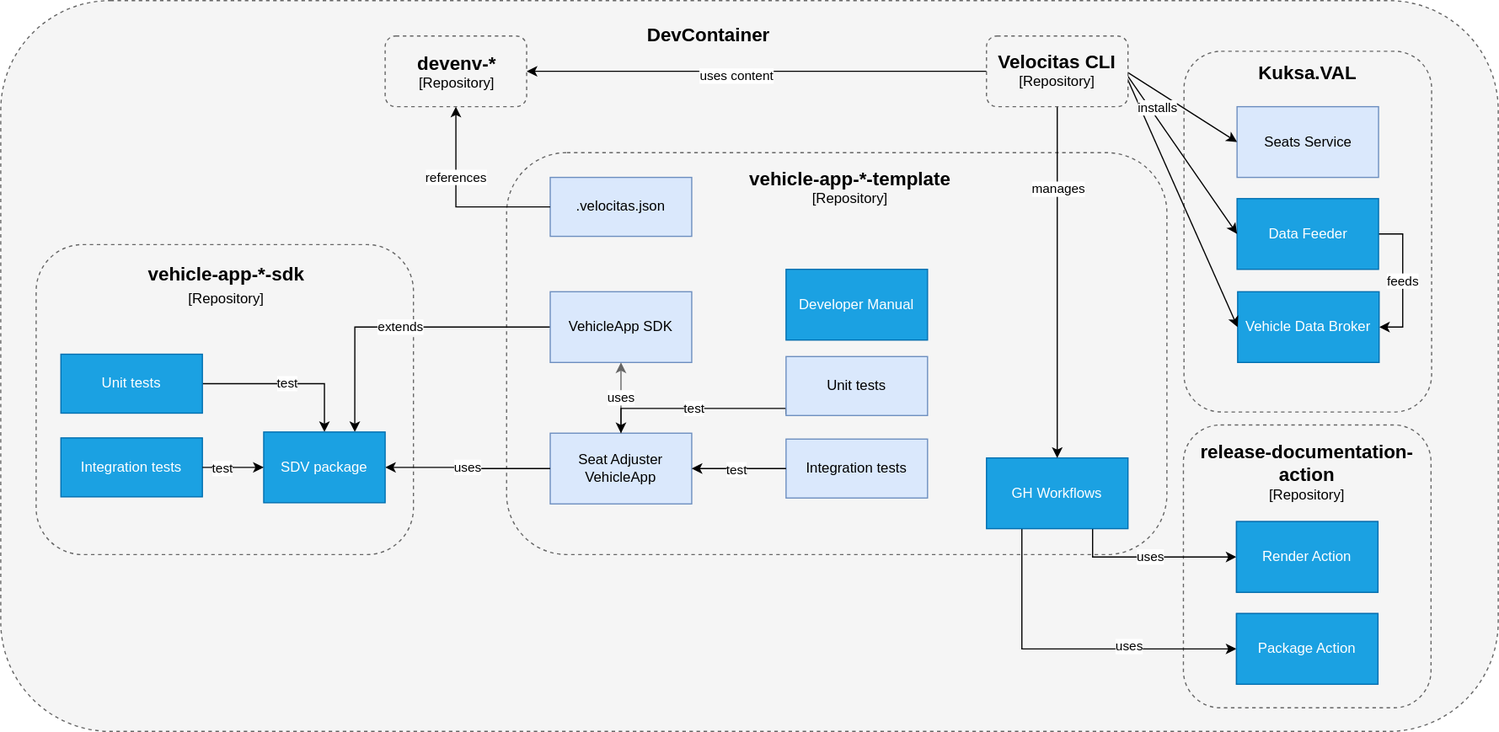
Before: content/en/docs/about/repository-overview/project-overview.drawio.svg, a diagram exported from draw.io (eclipse-velocitas/velocitas-docs). Source tidied: cells renumbered, new cells last; positions are measured from the earlier drawing's top-left corner, leaving out a move shared by most shapes.
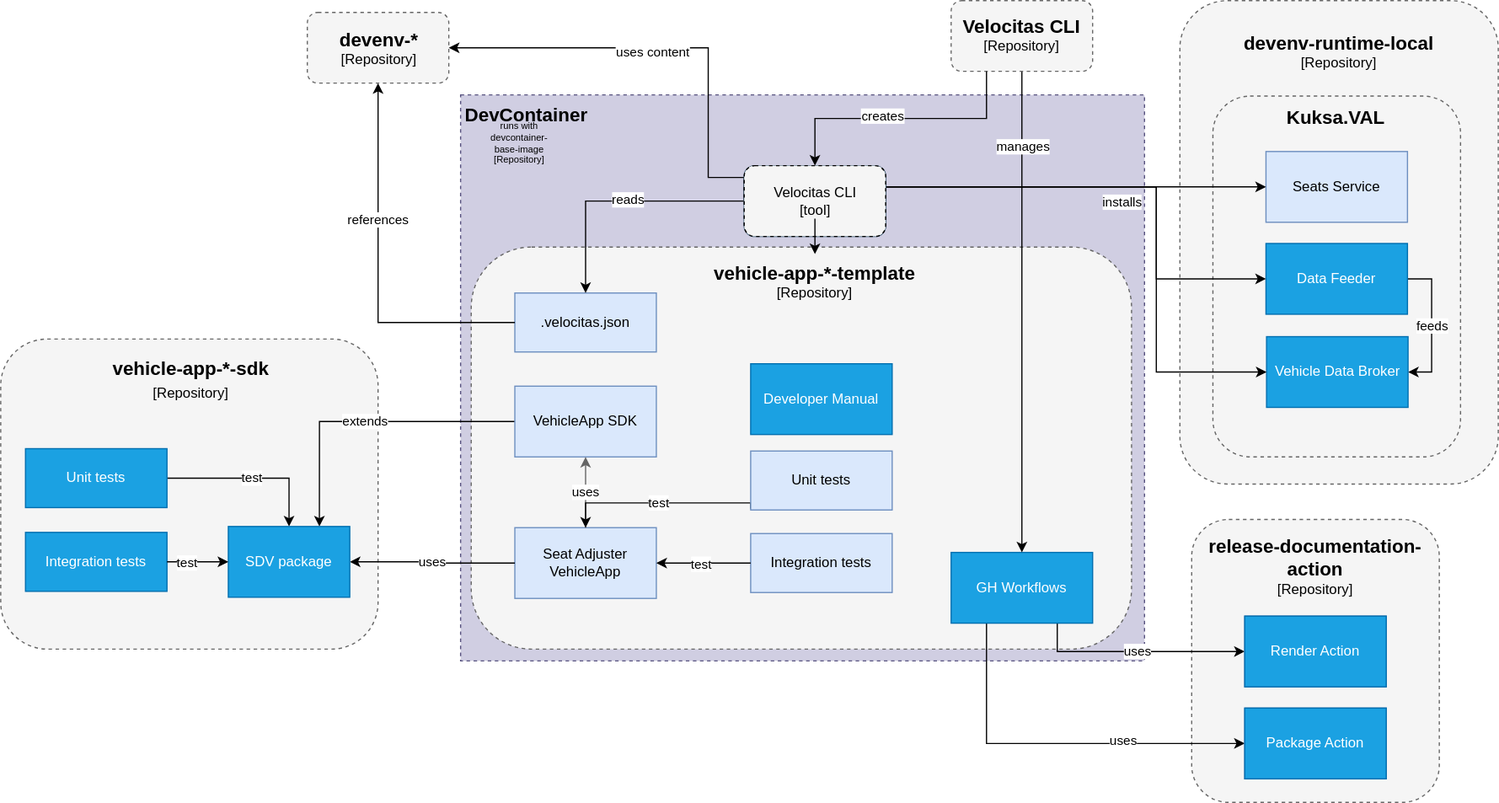
The same diagram one commit later.

Commit message:
Update overview diagram

Change to the diagram source:
```diff
@@ -2,14 +2,23 @@
   <root>
     <mxCell id="0" />
     <mxCell id="1" parent="0" />
+    <mxCell id="57" style="group;" parent="1" vertex="1">
+      <mxGeometry x="1030" y="-80" width="270" height="410" as="geometry" />
+    </mxCell>
+    <mxCell id="58" style="rounded=1;whiteSpace=wrap;html=1;labelPosition=center;verticalLabelPosition=bottom;align=center;verticalAlign=top;dashed=1;perimeterSpacing=0;strokeWidth=1;fillColor=#f5f5f5;fontColor=#333333;strokeColor=#666666;" parent="57" vertex="1">
+      <mxGeometry width="270" height="410" as="geometry" />
+    </mxCell>
+    <mxCell id="59" value="&lt;div&gt;&lt;font style=&quot;font-size: 13px;&quot;&gt;&lt;font style=&quot;font-size: 14px;&quot;&gt;&lt;font style=&quot;font-size: 15px;&quot;&gt;&lt;font style=&quot;font-size: 16px;&quot;&gt;&lt;b&gt;devenv-runtime-local&lt;/b&gt;&lt;/font&gt;&lt;/font&gt;&lt;/font&gt;&lt;/font&gt;&lt;/div&gt;&lt;div&gt;[Repository]&lt;br&gt;&lt;/div&gt;" style="text;whiteSpace=wrap;html=1;align=center;" parent="57" vertex="1">
+      <mxGeometry x="9" y="20" width="252" height="205" as="geometry" />
+    </mxCell>
-    <mxCell id="2" style="rounded=1;whiteSpace=wrap;html=1;labelPosition=center;verticalLabelPosition=bottom;align=center;verticalAlign=top;dashed=1;perimeterSpacing=0;strokeWidth=1;fillColor=#f5f5f5;fontColor=#333333;strokeColor=#666666;" parent="1" vertex="1">
-      <mxGeometry width="1270" height="620" as="geometry" />
+    <mxCell id="2" style="rounded=0;whiteSpace=wrap;html=1;labelPosition=center;verticalLabelPosition=bottom;align=center;verticalAlign=top;dashed=1;perimeterSpacing=0;strokeWidth=1;fillColor=#d0cee2;strokeColor=#56517e;" parent="1" vertex="1">
+      <mxGeometry x="420" width="580" height="480" as="geometry" />
     </mxCell>
     <mxCell id="3" style="rounded=1;whiteSpace=wrap;html=1;labelPosition=center;verticalLabelPosition=bottom;align=center;verticalAlign=top;dashed=1;perimeterSpacing=0;strokeWidth=1;fillColor=#f5f5f5;fontColor=#333333;strokeColor=#666666;" parent="1" vertex="1">
-      <mxGeometry x="1003.5" y="43" width="210" height="306" as="geometry" />
+      <mxGeometry x="1058" y="1" width="210" height="306" as="geometry" />
     </mxCell>
     <mxCell id="4" style="rounded=1;whiteSpace=wrap;html=1;labelPosition=center;verticalLabelPosition=bottom;align=center;verticalAlign=top;dashed=1;perimeterSpacing=0;strokeWidth=1;fillColor=#f5f5f5;fontColor=#333333;strokeColor=#666666;" parent="1" vertex="1">
-      <mxGeometry x="1003" y="360" width="210" height="240" as="geometry" />
+      <mxGeometry x="1040" y="360" width="210" height="240" as="geometry" />
     </mxCell>
     <mxCell id="5" style="rounded=1;whiteSpace=wrap;html=1;labelPosition=center;verticalLabelPosition=bottom;align=center;verticalAlign=top;dashed=1;perimeterSpacing=0;strokeWidth=1;fillColor=#f5f5f5;fontColor=#333333;strokeColor=#666666;" parent="1" vertex="1">
       <mxGeometry x="30" y="207" width="320" height="263" as="geometry" />
@@ -40,7 +49,7 @@
       <mxGeometry relative="1" as="geometry" />
     </mxCell>
     <mxCell id="13" value="Seats Service" style="rounded=0;whiteSpace=wrap;html=1;fillColor=#dae8fc;strokeColor=#6c8ebf;shadow=0;" parent="1" vertex="1">
-      <mxGeometry x="1048.5" y="90" width="120" height="60" as="geometry" />
+      <mxGeometry x="1103" y="48" width="120" height="60" as="geometry" />
     </mxCell>
     <mxCell id="14" value="test" style="edgeStyle=orthogonalEdgeStyle;rounded=0;jettySize=auto;html=1;entryX=0.5;entryY=0;entryDx=0;entryDy=0;" parent="1" edge="1" target="9">
       <mxGeometry relative="1" as="geometry">
@@ -71,16 +80,16 @@
       <mxGeometry x="836" y="388" width="120" height="60" as="geometry" />
     </mxCell>
     <mxCell id="19" value="Render Action" style="rounded=0;whiteSpace=wrap;html=1;fillColor=#dae8fc;strokeColor=#6c8ebf;shadow=0;" parent="1" vertex="1">
-      <mxGeometry x="1048" y="442" width="120" height="60" as="geometry" />
+      <mxGeometry x="1085" y="442" width="120" height="60" as="geometry" />
     </mxCell>
     <mxCell id="20" value="Package Action" style="rounded=0;whiteSpace=wrap;html=1;fillColor=#dae8fc;strokeColor=#6c8ebf;shadow=0;" parent="1" vertex="1">
-      <mxGeometry x="1048" y="520" width="120" height="60" as="geometry" />
+      <mxGeometry x="1085" y="520" width="120" height="60" as="geometry" />
     </mxCell>
     <mxCell id="21" value="&lt;font style=&quot;font-size: 16px&quot;&gt;&lt;b&gt;release-documentation-action&lt;/b&gt;&lt;br&gt;&lt;/font&gt;[Repository]" style="text;html=1;strokeColor=none;fillColor=none;align=center;verticalAlign=middle;whiteSpace=wrap;rounded=0;shadow=0;dashed=1;" parent="1" vertex="1">
-      <mxGeometry x="1003" y="385" width="210" height="29" as="geometry" />
+      <mxGeometry x="1040" y="385" width="210" height="29" as="geometry" />
     </mxCell>
     <mxCell id="22" value="&lt;font face=&quot;helvetica&quot;&gt;&lt;span style=&quot;font-size: 16px&quot;&gt;&lt;b&gt;Kuksa.VAL&lt;/b&gt;&lt;/span&gt;&lt;/font&gt;" style="text;whiteSpace=wrap;html=1;align=center;" parent="1" vertex="1">
-      <mxGeometry x="995.5" y="45" width="225" height="30" as="geometry" />
+      <mxGeometry x="1050" y="3" width="225" height="30" as="geometry" />
     </mxCell>
     <mxCell id="23" style="edgeStyle=orthogonalEdgeStyle;rounded=0;orthogonalLoop=1;jettySize=auto;html=1;exitX=0.5;exitY=1;exitDx=0;exitDy=0;" parent="1" edge="1" source="22" target="22">
       <mxGeometry relative="1" as="geometry" />
@@ -107,25 +116,25 @@
       <mxGeometry x="666" y="372" width="120" height="50" as="geometry" />
     </mxCell>
     <mxCell id="31" value="Vehicle Data Broker" style="rounded=0;whiteSpace=wrap;html=1;fillColor=#1ba1e2;strokeColor=#006EAF;shadow=0;fontColor=#ffffff;" parent="1" vertex="1">
-      <mxGeometry x="1049" y="247" width="120" height="60" as="geometry" />
+      <mxGeometry x="1103.5" y="205" width="120" height="60" as="geometry" />
     </mxCell>
     <mxCell id="32" value="Render Action" style="rounded=0;whiteSpace=wrap;html=1;fillColor=#1ba1e2;strokeColor=#006EAF;shadow=0;fontColor=#ffffff;" parent="1" vertex="1">
-      <mxGeometry x="1048" y="442" width="120" height="60" as="geometry" />
+      <mxGeometry x="1085" y="442" width="120" height="60" as="geometry" />
     </mxCell>
     <mxCell id="33" value="Package Action" style="rounded=0;whiteSpace=wrap;html=1;fillColor=#1ba1e2;strokeColor=#006EAF;shadow=0;fontColor=#ffffff;" parent="1" vertex="1">
-      <mxGeometry x="1048" y="520" width="120" height="60" as="geometry" />
+      <mxGeometry x="1085" y="520" width="120" height="60" as="geometry" />
     </mxCell>
     <mxCell id="34" value="Developer Manual" style="rounded=0;whiteSpace=wrap;html=1;fillColor=#1ba1e2;strokeColor=#006EAF;shadow=0;fontColor=#ffffff;" parent="1" vertex="1">
       <mxGeometry x="666" y="228" width="120" height="60" as="geometry" />
     </mxCell>
     <mxCell id="35" value="Data Feeder" style="rounded=0;whiteSpace=wrap;html=1;fillColor=#1ba1e2;strokeColor=#006EAF;shadow=0;fontColor=#ffffff;" parent="1" vertex="1">
-      <mxGeometry x="1048.5" y="168" width="120" height="60" as="geometry" />
+      <mxGeometry x="1103" y="126" width="120" height="60" as="geometry" />
     </mxCell>
     <mxCell id="36" value=".velocitas.json" style="rounded=0;whiteSpace=wrap;html=1;fillColor=#dae8fc;strokeColor=#6c8ebf;" parent="1" vertex="1">
-      <mxGeometry x="466" y="150" width="120" height="50" as="geometry" />
+      <mxGeometry x="466" y="168" width="120" height="50" as="geometry" />
     </mxCell>
     <mxCell id="37" style="group;" parent="1" vertex="1">
-      <mxGeometry x="326" y="30" width="120" height="60" as="geometry" />
+      <mxGeometry x="290" y="-70" width="120" height="60" as="geometry" />
     </mxCell>
     <mxCell id="38" style="rounded=1;whiteSpace=wrap;html=1;labelPosition=center;verticalLabelPosition=bottom;align=center;verticalAlign=top;dashed=1;perimeterSpacing=0;strokeWidth=1;fillColor=#f5f5f5;fontColor=#333333;strokeColor=#666666;" parent="37" vertex="1">
       <mxGeometry width="120" height="60" as="geometry" />
@@ -133,29 +142,54 @@
     <mxCell id="39" value="&lt;b&gt;&lt;font style=&quot;font-size: 16px&quot;&gt;devenv-*&lt;/font&gt;&lt;/b&gt;&lt;br&gt;[Repository]" style="text;whiteSpace=wrap;html=1;align=center;" parent="37" vertex="1">
       <mxGeometry x="5" y="7" width="112" height="30" as="geometry" />
     </mxCell>
-    <mxCell id="40" style="endArrow=classic;html=1;rounded=0;exitX=0;exitY=0.5;exitDx=0;exitDy=0;entryX=1;entryY=0.5;entryDx=0;entryDy=0;" parent="1" edge="1" source="53" target="38">
-      <mxGeometry relative="1" as="geometry" />
+    <mxCell id="40" style="endArrow=classic;html=1;rounded=0;exitX=0;exitY=0.5;exitDx=0;exitDy=0;entryX=1;entryY=0.5;entryDx=0;entryDy=0;edgeStyle=orthogonalEdgeStyle;" parent="1" edge="1" source="61" target="38">
+      <mxGeometry relative="1" as="geometry">
+        <Array as="points">
+          <mxPoint x="660" y="70" />
+          <mxPoint x="630" y="70" />
+          <mxPoint x="630" y="-40" />
+        </Array>
+      </mxGeometry>
     </mxCell>
     <mxCell id="41" value="uses content" style="edgeLabel;html=1;align=center;verticalAlign=middle;" parent="40" vertex="1">
       <mxGeometry x="0.09" y="3" relative="1" as="geometry" />
     </mxCell>
     <mxCell id="42" value="&lt;span style=&quot;font-size: 16px;&quot;&gt;&lt;b&gt;DevContainer&lt;/b&gt;&lt;/span&gt;" style="text;whiteSpace=wrap;html=1;align=center;" parent="1" vertex="1">
-      <mxGeometry x="466" y="13" width="269" height="30" as="geometry" />
+      <mxGeometry x="420" y="1" width="112" height="30" as="geometry" />
     </mxCell>
-    <mxCell id="43" style="endArrow=classic;html=1;rounded=0;exitX=1;exitY=0.75;exitDx=0;exitDy=0;entryX=0;entryY=0.5;entryDx=0;entryDy=0;" parent="1" edge="1" source="54" target="31">
-      <mxGeometry relative="1" as="geometry" />
+    <mxCell id="43" style="endArrow=classic;html=1;rounded=0;entryX=0;entryY=0.5;entryDx=0;entryDy=0;edgeStyle=orthogonalEdgeStyle;exitX=1;exitY=0.25;exitDx=0;exitDy=0;" parent="1" edge="1" source="61" target="31">
+      <mxGeometry relative="1" as="geometry">
+        <Array as="points">
+          <mxPoint x="781" y="78" />
+          <mxPoint x="1010" y="78" />
+          <mxPoint x="1010" y="235" />
+        </Array>
+      </mxGeometry>
     </mxCell>
-    <mxCell id="44" style="endArrow=classic;html=1;rounded=0;exitX=1;exitY=0.75;exitDx=0;exitDy=0;entryX=0;entryY=0.5;entryDx=0;entryDy=0;" parent="1" edge="1" source="54" target="13">
-      <mxGeometry relative="1" as="geometry" />
+    <mxCell id="44" style="endArrow=classic;html=1;rounded=0;entryX=0;entryY=0.5;entryDx=0;entryDy=0;edgeStyle=orthogonalEdgeStyle;exitX=1;exitY=0.5;exitDx=0;exitDy=0;" parent="1" edge="1" source="61" target="13">
+      <mxGeometry relative="1" as="geometry">
+        <Array as="points">
+          <mxPoint x="1030" y="78" />
+          <mxPoint x="1030" y="78" />
+        </Array>
+      </mxGeometry>
     </mxCell>
     <mxCell id="45" style="endArrow=classic;html=1;rounded=0;strokeColor=default;entryX=0.5;entryY=0;entryDx=0;entryDy=0;exitX=0.5;exitY=1;exitDx=0;exitDy=0;" parent="1" edge="1" source="53" target="18">
       <mxGeometry relative="1" as="geometry" />
     </mxCell>
     <mxCell id="46" value="manages" style="edgeLabel;html=1;align=center;verticalAlign=middle;" parent="45" vertex="1">
-      <mxGeometry x="-0.54" relative="1" as="geometry" />
+      <mxGeometry x="-0.54" relative="1" as="geometry">
+        <mxPoint y="-31" as="offset" />
+      </mxGeometry>
     </mxCell>
-    <mxCell id="47" style="endArrow=classic;html=1;rounded=0;strokeColor=default;exitX=1;exitY=0.75;exitDx=0;exitDy=0;entryX=0;entryY=0.5;entryDx=0;entryDy=0;" parent="1" edge="1" source="54" target="35">
-      <mxGeometry relative="1" as="geometry" />
+    <mxCell id="47" style="endArrow=classic;html=1;rounded=0;strokeColor=default;exitX=1;exitY=0.25;exitDx=0;exitDy=0;entryX=0;entryY=0.5;entryDx=0;entryDy=0;edgeStyle=orthogonalEdgeStyle;" parent="1" edge="1" source="61" target="35">
+      <mxGeometry relative="1" as="geometry">
+        <Array as="points">
+          <mxPoint x="781" y="78" />
+          <mxPoint x="1010" y="78" />
+          <mxPoint x="1010" y="156" />
+        </Array>
+      </mxGeometry>
     </mxCell>
     <mxCell id="48" value="installs" style="edgeLabel;html=1;align=center;verticalAlign=middle;" parent="1" vertex="1">
       <mxGeometry x="980" y="90" as="geometry" />
@@ -170,7 +204,7 @@
       <mxGeometry x="-0.38" relative="1" as="geometry" />
     </mxCell>
     <mxCell id="52" style="group;" parent="1" vertex="1">
-      <mxGeometry x="836" y="30" width="120" height="60" as="geometry" />
+      <mxGeometry x="836" y="-80" width="120" height="60" as="geometry" />
     </mxCell>
     <mxCell id="53" style="rounded=1;whiteSpace=wrap;html=1;labelPosition=center;verticalLabelPosition=bottom;align=center;verticalAlign=top;dashed=1;perimeterSpacing=0;strokeWidth=1;fillColor=#f5f5f5;fontColor=#333333;strokeColor=#666666;" parent="52" vertex="1">
       <mxGeometry width="120" height="60" as="geometry" />
@@ -184,5 +218,34 @@
     <mxCell id="56" value="test" style="edgeLabel;html=1;align=center;verticalAlign=middle;" parent="55" vertex="1">
       <mxGeometry x="0.07" relative="1" as="geometry" />
     </mxCell>
+    <mxCell id="60" style="group;fillColor=#bac8d3;strokeColor=#23445d;rounded=1;" parent="1" vertex="1">
+      <mxGeometry x="660.5" y="60" width="120" height="60" as="geometry" />
+    </mxCell>
+    <mxCell id="61" style="rounded=1;whiteSpace=wrap;html=1;labelPosition=center;verticalLabelPosition=bottom;align=center;verticalAlign=top;dashed=1;perimeterSpacing=0;strokeWidth=1;fillColor=#f5f5f5;fontColor=#333333;strokeColor=default;" parent="60" vertex="1">
+      <mxGeometry width="120" height="60" as="geometry" />
+    </mxCell>
+    <mxCell id="62" value="Velocitas CLI&lt;br&gt;[tool]" style="text;html=1;strokeColor=none;fillColor=none;align=center;verticalAlign=middle;whiteSpace=wrap;rounded=0;fontColor=default;" parent="60" vertex="1">
+      <mxGeometry x="10" y="15" width="100" height="30" as="geometry" />
+    </mxCell>
+    <mxCell id="63" style="edgeStyle=orthogonalEdgeStyle;rounded=0;jettySize=auto;html=1;exitX=0.25;exitY=1;exitDx=0;exitDy=0;fontColor=default;" parent="1" edge="1" source="53" target="61">
+      <mxGeometry relative="1" as="geometry" />
+    </mxCell>
+    <mxCell id="64" value="creates" style="edgeLabel;html=1;align=center;verticalAlign=middle;fontColor=default;" parent="63" vertex="1">
+      <mxGeometry x="0.15" y="-3" relative="1" as="geometry" />
+    </mxCell>
+    <mxCell id="65" style="edgeStyle=orthogonalEdgeStyle;rounded=0;jettySize=auto;html=1;entryX=0.5;entryY=0;entryDx=0;entryDy=0;fontColor=default;" parent="1" edge="1" target="36">
+      <mxGeometry relative="1" as="geometry">
+        <mxPoint x="660" y="90" as="sourcePoint" />
+      </mxGeometry>
+    </mxCell>
+    <mxCell id="66" value="reads" style="edgeLabel;html=1;align=center;verticalAlign=middle;fontColor=default;" parent="65" vertex="1">
+      <mxGeometry x="-0.07" y="-2" relative="1" as="geometry" />
+    </mxCell>
+    <mxCell id="67" style="edgeStyle=orthogonalEdgeStyle;rounded=0;jettySize=auto;html=1;fontSize=16;fontColor=default;" parent="1" edge="1" source="62" target="24">
+      <mxGeometry relative="1" as="geometry" />
+    </mxCell>
+    <mxCell id="68" value="runs with&lt;br style=&quot;font-size: 8px;&quot;&gt;devcontainer-base-image&lt;br style=&quot;border-color: var(--border-color); font-size: 8px;&quot;&gt;[Repository]" style="text;html=1;strokeColor=none;fillColor=none;align=center;verticalAlign=middle;whiteSpace=wrap;rounded=0;fontSize=8;" parent="1" vertex="1">
+      <mxGeometry x="440" y="26" width="60" height="30" as="geometry" />
+    </mxCell>
   </root>
 </mxGraphModel>
```
